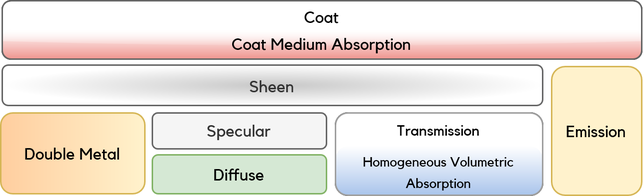
This is README_data/img/LayeredBSDF.png from TomClabault/HIPRT-Path-Tracer, a draw.io export, as it was before one commit. Source tidied: cells renumbered, new cells last; positions are measured from the earlier drawing's top-left corner, leaving out a move shared by most shapes. The source it was exported from:
```xml
<mxGraphModel background="#0d1117">
  <root>
    <mxCell id="0" />
    <mxCell id="1" parent="0" />
    <mxCell id="2" style="rounded=1;whiteSpace=wrap;html=1;strokeWidth=1;" parent="1" vertex="1">
      <mxGeometry x="1" width="426" height="39" as="geometry" />
    </mxCell>
    <mxCell id="3" style="rounded=1;whiteSpace=wrap;html=1;strokeWidth=1;" parent="1" vertex="1">
      <mxGeometry x="223" y="75" width="138" height="55" as="geometry" />
    </mxCell>
    <mxCell id="4" value="&lt;font style=&quot;font-size: 11px;&quot; face=&quot;Kollektif&quot;&gt;Sheen&lt;/font&gt;" style="rounded=1;whiteSpace=wrap;html=1;fillColor=#C7C7C7;fontColor=#333333;strokeColor=#666666;gradientColor=#FFFFFF;gradientDirection=radial;" parent="1" vertex="1">
      <mxGeometry x="1" y="43" width="360" height="27" as="geometry" />
    </mxCell>
    <mxCell id="5" value="&lt;font style=&quot;font-size: 11px;&quot; face=&quot;Kollektif&quot;&gt;Double Metal&lt;br&gt;&lt;/font&gt;" style="rounded=1;whiteSpace=wrap;html=1;fillColor=#fff2cc;strokeColor=#d6b656;gradientColor=#FFCE9F;gradientDirection=west;" parent="1" vertex="1">
      <mxGeometry y="75" width="96" height="54" as="geometry" />
    </mxCell>
    <mxCell id="6" value="&lt;p style=&quot;line-height: 120%;&quot;&gt;&lt;font style=&quot;font-size: 11px;&quot; face=&quot;Kollektif&quot;&gt;Specular&lt;/font&gt;&lt;/p&gt;" style="rounded=1;whiteSpace=wrap;html=1;fillColor=#f5f5f5;fontColor=#333333;strokeColor=#666666;" parent="1" vertex="1">
      <mxGeometry x="101" y="75" width="116" height="24" as="geometry" />
    </mxCell>
    <mxCell id="7" value="&lt;font style=&quot;font-size: 11px;&quot; face=&quot;Kollektif&quot;&gt;Diffuse&lt;/font&gt;" style="rounded=1;whiteSpace=wrap;html=1;fillColor=#d5e8d4;strokeColor=#82b366;" parent="1" vertex="1">
      <mxGeometry x="101" y="103" width="116" height="26" as="geometry" />
    </mxCell>
    <mxCell id="8" value="&lt;font style=&quot;font-size: 10px;&quot; face=&quot;Kollektif&quot;&gt;Transmission&lt;/font&gt;" style="rounded=1;whiteSpace=wrap;html=1;fillColor=#FFFFFF;strokeColor=none;gradientColor=#FFFFFF;gradientDirection=south;arcSize=36;" parent="1" vertex="1">
      <mxGeometry x="223" y="75" width="138" height="22" as="geometry" />
    </mxCell>
    <mxCell id="9" value="&lt;font style=&quot;font-size: 9px;&quot; face=&quot;Kollektif&quot;&gt;Homogeneous &lt;/font&gt;&lt;font style=&quot;font-size: 9px;&quot; face=&quot;Kollektif&quot;&gt;Volumetric Absorption&lt;/font&gt;" style="rounded=1;whiteSpace=wrap;html=1;fillColor=#A9C4EB;strokeColor=none;gradientColor=#FFFFFF;gradientDirection=north;arcSize=27;" parent="1" vertex="1">
      <mxGeometry x="223" y="97" width="138" height="33" as="geometry" />
    </mxCell>
    <mxCell id="10" value="&lt;font style=&quot;font-size: 11px;&quot; face=&quot;Kollektif&quot;&gt;Emission&lt;/font&gt;" style="rounded=1;whiteSpace=wrap;html=1;fillColor=#fff2cc;strokeColor=#d6b656;" parent="1" vertex="1">
      <mxGeometry x="367" y="44" width="60" height="86" as="geometry" />
    </mxCell>
    <mxCell id="11" style="rounded=1;whiteSpace=wrap;html=1;fillColor=none;fontColor=#333333;strokeColor=#9F9F9F;strokeWidth=1;" parent="1" vertex="1">
      <mxGeometry x="223" y="75" width="138" height="55" as="geometry" />
    </mxCell>
    <mxCell id="12" style="group;" parent="1" vertex="1">
      <mxGeometry x="1" y="1" width="426" height="38" as="geometry" />
    </mxCell>
    <mxCell id="13" value="&lt;div style=&quot;font-size: 11px;&quot;&gt;&lt;font style=&quot;font-size: 11px;&quot; face=&quot;Kollektif&quot;&gt;Coat&lt;/font&gt;&lt;/div&gt;" style="rounded=1;whiteSpace=wrap;html=1;gradientDirection=radial;glass=0;rotation=0;strokeWidth=0;perimeterSpacing=1;strokeColor=none;" parent="12" vertex="1">
      <mxGeometry width="426" height="20" as="geometry" />
    </mxCell>
    <mxCell id="14" value="&lt;div style=&quot;font-size: 11px;&quot;&gt;&lt;font style=&quot;font-size: 11px;&quot; face=&quot;Kollektif&quot;&gt;Coat Medium Absorption&lt;br&gt;&lt;/font&gt;&lt;/div&gt;" style="rounded=1;whiteSpace=wrap;html=1;gradientDirection=south;gradientColor=#EF958F;perimeterSpacing=0;glass=1;imageWidth=34;imageHeight=3;fillColor=default;strokeWidth=0;arcSize=26;strokeColor=none;" parent="12" vertex="1">
      <mxGeometry y="18" width="426" height="20" as="geometry" />
    </mxCell>
    <mxCell id="15" style="rounded=1;whiteSpace=wrap;html=1;fillColor=none;fontColor=#333333;strokeColor=#666666;strokeWidth=1;" parent="1" vertex="1">
      <mxGeometry x="1" width="426" height="39" as="geometry" />
    </mxCell>
  </root>
</mxGraphModel>
```
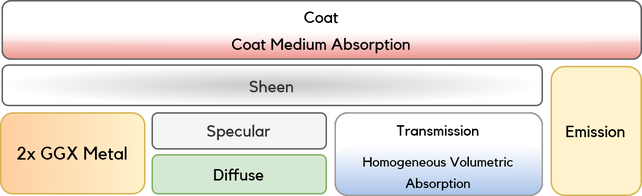
Above is the later version.

Commit message:
Update Layered BSDF diagram 2x GGX Metal

Diff of the diagram source:
```diff
@@ -11,7 +11,7 @@
     <mxCell id="4" value="&lt;font style=&quot;font-size: 11px;&quot; face=&quot;Kollektif&quot;&gt;Sheen&lt;/font&gt;" style="rounded=1;whiteSpace=wrap;html=1;fillColor=#C7C7C7;fontColor=#333333;strokeColor=#666666;gradientColor=#FFFFFF;gradientDirection=radial;" parent="1" vertex="1">
       <mxGeometry x="1" y="43" width="360" height="27" as="geometry" />
     </mxCell>
-    <mxCell id="5" value="&lt;font style=&quot;font-size: 11px;&quot; face=&quot;Kollektif&quot;&gt;Double Metal&lt;br&gt;&lt;/font&gt;" style="rounded=1;whiteSpace=wrap;html=1;fillColor=#fff2cc;strokeColor=#d6b656;gradientColor=#FFCE9F;gradientDirection=west;" parent="1" vertex="1">
+    <mxCell id="5" value="&lt;font face=&quot;Kollektif&quot;&gt;2x GGX Metal&lt;br&gt;&lt;/font&gt;" style="rounded=1;whiteSpace=wrap;html=1;fillColor=#fff2cc;strokeColor=#d6b656;gradientColor=#FFCE9F;gradientDirection=west;" parent="1" vertex="1">
       <mxGeometry y="75" width="96" height="54" as="geometry" />
     </mxCell>
     <mxCell id="6" value="&lt;p style=&quot;line-height: 120%;&quot;&gt;&lt;font style=&quot;font-size: 11px;&quot; face=&quot;Kollektif&quot;&gt;Specular&lt;/font&gt;&lt;/p&gt;" style="rounded=1;whiteSpace=wrap;html=1;fillColor=#f5f5f5;fontColor=#333333;strokeColor=#666666;" parent="1" vertex="1">
```
